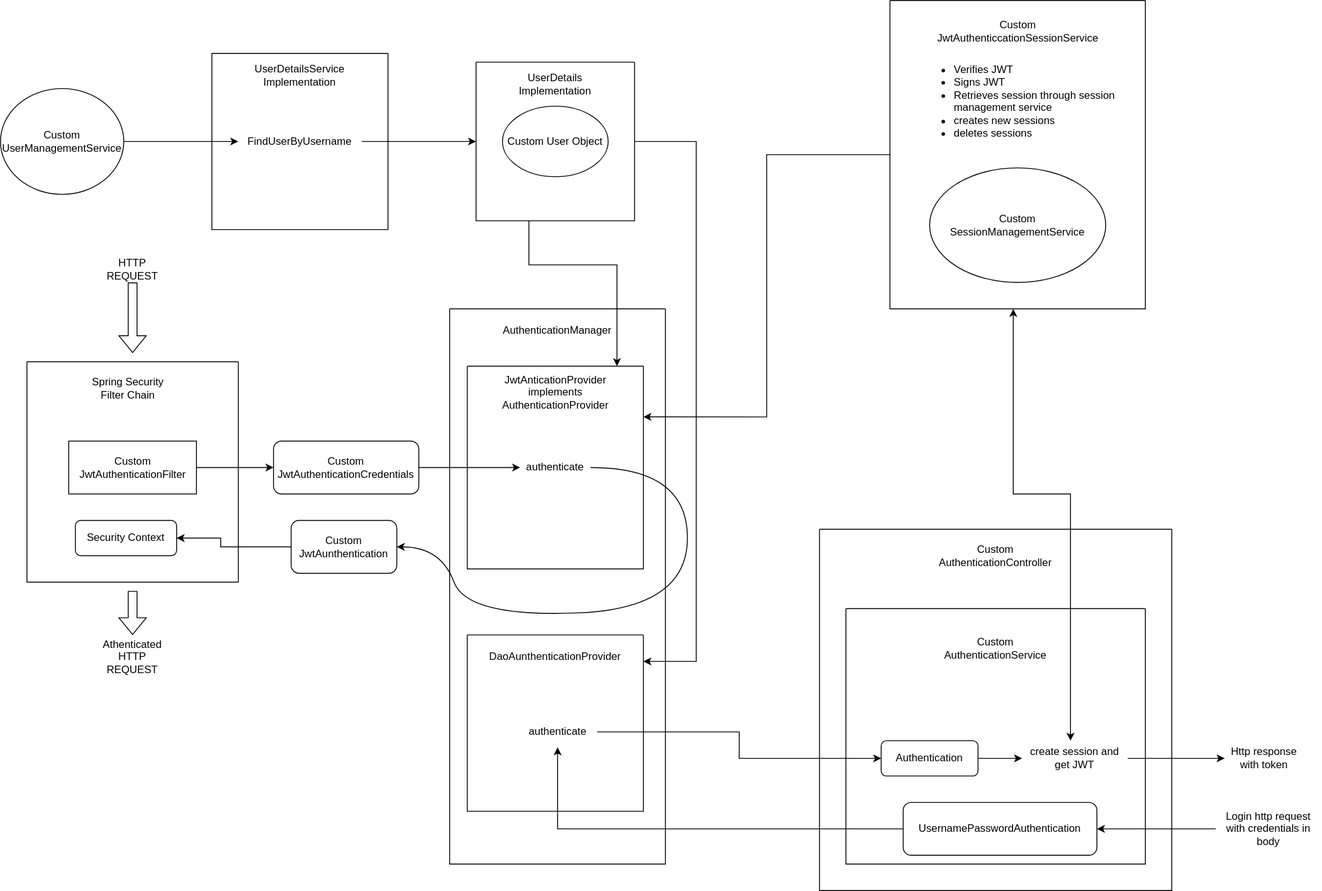
The draw.io diagram docs/01.1-authentication-architecture.drawio.svg in pondem87/iot-hub, before a commit. Source tidied: cells renumbered, new cells last; positions are measured from the earlier drawing's top-left corner, leaving out a move shared by most shapes. Its diagram source:
```xml
<mxGraphModel>
  <root>
    <mxCell id="0" />
    <mxCell id="1" parent="0" />
    <mxCell id="2" style="swimlane;startSize=0;" parent="1" vertex="1">
      <mxGeometry x="240" y="60" width="200" height="200" as="geometry" />
    </mxCell>
    <mxCell id="3" value="UserDetailsService&lt;br&gt;Implementation" style="text;html=1;strokeColor=none;fillColor=none;align=center;verticalAlign=middle;whiteSpace=wrap;rounded=0;" parent="2" vertex="1">
      <mxGeometry x="45" y="10" width="110" height="30" as="geometry" />
    </mxCell>
    <mxCell id="4" value="FindUserByUsername" style="text;html=1;strokeColor=none;fillColor=none;align=center;verticalAlign=middle;whiteSpace=wrap;rounded=0;" parent="2" vertex="1">
      <mxGeometry x="30" y="80" width="140" height="40" as="geometry" />
    </mxCell>
    <mxCell id="5" style="edgeStyle=orthogonalEdgeStyle;rounded=0;jettySize=auto;html=1;" parent="1" edge="1" source="6" target="4">
      <mxGeometry relative="1" as="geometry" />
    </mxCell>
    <mxCell id="6" value="Custom&lt;br&gt;UserManagementService" style="ellipse;whiteSpace=wrap;html=1;" parent="1" vertex="1">
      <mxGeometry y="100" width="140" height="120" as="geometry" />
    </mxCell>
    <mxCell id="7" style="swimlane;startSize=0;" parent="1" vertex="1">
      <mxGeometry x="540" y="70" width="180" height="180" as="geometry" />
    </mxCell>
    <mxCell id="8" value="UserDetails&lt;br&gt;Implementation" style="text;html=1;strokeColor=none;fillColor=none;align=center;verticalAlign=middle;whiteSpace=wrap;rounded=0;" parent="7" vertex="1">
      <mxGeometry x="45" y="10" width="90" height="30" as="geometry" />
    </mxCell>
    <mxCell id="9" value="Custom User Object" style="ellipse;whiteSpace=wrap;html=1;" parent="7" vertex="1">
      <mxGeometry x="30" y="50" width="120" height="80" as="geometry" />
    </mxCell>
    <mxCell id="10" style="edgeStyle=orthogonalEdgeStyle;rounded=0;jettySize=auto;html=1;entryX=0;entryY=0.5;entryDx=0;entryDy=0;" parent="1" edge="1" source="4" target="7">
      <mxGeometry relative="1" as="geometry" />
    </mxCell>
    <mxCell id="11" style="swimlane;startSize=0;" parent="1" vertex="1">
      <mxGeometry x="30" y="410" width="240" height="250" as="geometry" />
    </mxCell>
    <mxCell id="12" value="Spring Security Filter Chain" style="text;html=1;strokeColor=none;fillColor=none;align=center;verticalAlign=middle;whiteSpace=wrap;rounded=0;" parent="11" vertex="1">
      <mxGeometry x="70" y="10" width="90" height="40" as="geometry" />
    </mxCell>
    <mxCell id="13" value="Custom JwtAuthenticationFilter" style="rounded=0;whiteSpace=wrap;html=1;" parent="11" vertex="1">
      <mxGeometry x="47.5" y="90" width="145" height="60" as="geometry" />
    </mxCell>
    <mxCell id="14" value="Security Context" style="rounded=1;whiteSpace=wrap;html=1;" parent="11" vertex="1">
      <mxGeometry x="55" y="180" width="115" height="40" as="geometry" />
    </mxCell>
    <mxCell id="15" style="edgeStyle=orthogonalEdgeStyle;rounded=0;jettySize=auto;html=1;entryX=0;entryY=0.5;entryDx=0;entryDy=0;" parent="1" edge="1" source="16" target="20">
      <mxGeometry relative="1" as="geometry" />
    </mxCell>
    <mxCell id="16" value="Custom&lt;br&gt;JwtAuthenticationCredentials" style="rounded=1;whiteSpace=wrap;html=1;" parent="1" vertex="1">
      <mxGeometry x="310" y="500" width="165" height="60" as="geometry" />
    </mxCell>
    <mxCell id="17" style="edgeStyle=orthogonalEdgeStyle;rounded=0;jettySize=auto;html=1;entryX=0;entryY=0.5;entryDx=0;entryDy=0;" parent="1" edge="1" source="13" target="16">
      <mxGeometry relative="1" as="geometry" />
    </mxCell>
    <mxCell id="18" style="swimlane;startSize=0;" parent="1" vertex="1">
      <mxGeometry x="530" y="415" width="200" height="230" as="geometry" />
    </mxCell>
    <mxCell id="19" value="JwtAnticationProvider&lt;br&gt;implements&lt;br&gt;AuthenticationProvider" style="text;html=1;align=center;verticalAlign=middle;strokeColor=none;fillColor=none;" parent="18" vertex="1">
      <mxGeometry x="30" width="140" height="60" as="geometry" />
    </mxCell>
    <mxCell id="20" value="authenticate" style="text;html=1;strokeColor=none;fillColor=none;align=center;verticalAlign=middle;whiteSpace=wrap;rounded=0;" parent="18" vertex="1">
      <mxGeometry x="60" y="102.5" width="80" height="25" as="geometry" />
    </mxCell>
    <mxCell id="21" style="shape=flexArrow;endArrow=classic;html=1;rounded=0;" parent="1" edge="1">
      <mxGeometry relative="1" as="geometry">
        <mxPoint x="150" y="320" as="sourcePoint" />
        <mxPoint x="150" y="400" as="targetPoint" />
      </mxGeometry>
    </mxCell>
    <mxCell id="22" value="HTTP REQUEST" style="text;html=1;strokeColor=none;fillColor=none;align=center;verticalAlign=middle;whiteSpace=wrap;rounded=0;" parent="1" vertex="1">
      <mxGeometry x="120" y="290" width="60" height="30" as="geometry" />
    </mxCell>
    <mxCell id="23" style="edgeStyle=orthogonalEdgeStyle;rounded=0;jettySize=auto;html=1;" parent="1" edge="1" source="24" target="14">
      <mxGeometry relative="1" as="geometry">
        <Array as="points">
          <mxPoint x="250" y="620" />
          <mxPoint x="250" y="610" />
        </Array>
      </mxGeometry>
    </mxCell>
    <mxCell id="24" value="Custom&lt;br&gt;JwtAunthentication" style="rounded=1;whiteSpace=wrap;html=1;" parent="1" vertex="1">
      <mxGeometry x="330" y="590" width="120" height="60" as="geometry" />
    </mxCell>
    <mxCell id="25" style="curved=1;endArrow=classic;html=1;rounded=0;entryX=1;entryY=0.5;entryDx=0;entryDy=0;exitX=1;exitY=0.5;exitDx=0;exitDy=0;" parent="1" edge="1" source="20" target="24">
      <mxGeometry relative="1" as="geometry">
        <Array as="points">
          <mxPoint x="780" y="530" />
          <mxPoint x="780" y="690" />
          <mxPoint x="530" y="700" />
          <mxPoint x="500" y="620" />
        </Array>
      </mxGeometry>
    </mxCell>
    <mxCell id="26" style="shape=flexArrow;endArrow=classic;html=1;rounded=0;" parent="1" edge="1">
      <mxGeometry relative="1" as="geometry">
        <mxPoint x="150" y="670" as="sourcePoint" />
        <mxPoint x="150" y="720" as="targetPoint" />
      </mxGeometry>
    </mxCell>
    <mxCell id="27" value="Athenticated&lt;br&gt;HTTP REQUEST" style="text;html=1;strokeColor=none;fillColor=none;align=center;verticalAlign=middle;whiteSpace=wrap;rounded=0;" parent="1" vertex="1">
      <mxGeometry x="110" y="720" width="80" height="50" as="geometry" />
    </mxCell>
    <mxCell id="28" style="swimlane;startSize=0;" parent="1" vertex="1">
      <mxGeometry x="530" y="720" width="200" height="200" as="geometry" />
    </mxCell>
    <mxCell id="29" value="DaoAunthenticationProvider" style="text;html=1;strokeColor=none;fillColor=none;align=center;verticalAlign=middle;whiteSpace=wrap;rounded=0;" parent="28" vertex="1">
      <mxGeometry x="20" y="10" width="160" height="30" as="geometry" />
    </mxCell>
    <mxCell id="30" style="swimlane;startSize=0;" parent="1" vertex="1">
      <mxGeometry x="510" y="350" width="245" height="630" as="geometry" />
    </mxCell>
    <mxCell id="31" value="authenticate" style="text;html=1;strokeColor=none;fillColor=none;align=center;verticalAlign=middle;whiteSpace=wrap;rounded=0;" parent="30" vertex="1">
      <mxGeometry x="77.5" y="462.5" width="90" height="35" as="geometry" />
    </mxCell>
    <mxCell id="32" value="AuthenticationManager" style="text;html=1;strokeColor=none;fillColor=none;align=center;verticalAlign=middle;whiteSpace=wrap;rounded=0;" parent="30" vertex="1">
      <mxGeometry x="55" y="10" width="135" height="30" as="geometry" />
    </mxCell>
    <mxCell id="33" style="edgeStyle=orthogonalEdgeStyle;rounded=0;orthogonalLoop=1;jettySize=auto;html=1;" parent="30" edge="1">
      <mxGeometry relative="1" as="geometry">
        <mxPoint x="90" y="-100" as="sourcePoint" />
        <mxPoint x="190" y="65" as="targetPoint" />
        <Array as="points">
          <mxPoint x="89.9" y="-50" />
          <mxPoint x="189.9" y="-50" />
        </Array>
      </mxGeometry>
    </mxCell>
    <mxCell id="34" style="edgeStyle=orthogonalEdgeStyle;rounded=0;jettySize=auto;html=1;" parent="1" edge="1" source="46" target="31">
      <mxGeometry relative="1" as="geometry" />
    </mxCell>
    <mxCell id="35" style="edgeStyle=orthogonalEdgeStyle;rounded=0;jettySize=auto;html=1;entryX=1;entryY=0.5;entryDx=0;entryDy=0;" parent="1" edge="1" source="36" target="46">
      <mxGeometry relative="1" as="geometry" />
    </mxCell>
    <mxCell id="36" value="Login http request with credentials in body" style="text;html=1;strokeColor=none;fillColor=none;align=center;verticalAlign=middle;whiteSpace=wrap;rounded=0;" parent="1" vertex="1">
      <mxGeometry x="1380" y="907.5" width="120" height="65" as="geometry" />
    </mxCell>
    <mxCell id="37" style="edgeStyle=orthogonalEdgeStyle;rounded=0;jettySize=auto;html=1;entryX=1;entryY=0.25;entryDx=0;entryDy=0;" parent="1" edge="1" source="38" target="18">
      <mxGeometry relative="1" as="geometry" />
    </mxCell>
    <mxCell id="38" style="swimlane;startSize=0;" parent="1" vertex="1">
      <mxGeometry x="1010" width="290" height="350" as="geometry" />
    </mxCell>
    <mxCell id="39" value="Custom&lt;br&gt;JwtAuthenticcationSessionService" style="text;html=1;strokeColor=none;fillColor=none;align=center;verticalAlign=middle;whiteSpace=wrap;rounded=0;" parent="38" vertex="1">
      <mxGeometry x="47.5" y="10" width="195" height="50" as="geometry" />
    </mxCell>
    <mxCell id="40" value="Custom&lt;br&gt;SessionManagementService" style="ellipse;whiteSpace=wrap;html=1;" parent="38" vertex="1">
      <mxGeometry x="45" y="190" width="200" height="130" as="geometry" />
    </mxCell>
    <mxCell id="41" value="&lt;ul&gt;&lt;li&gt;Verifies JWT&lt;/li&gt;&lt;li&gt;Signs JWT&lt;/li&gt;&lt;li&gt;Retrieves session through session management service&lt;/li&gt;&lt;li&gt;creates new sessions&lt;/li&gt;&lt;li&gt;deletes sessions&lt;/li&gt;&lt;/ul&gt;&lt;p&gt;&lt;/p&gt;" style="text;html=1;strokeColor=none;fillColor=none;spacing=5;spacingTop=-20;whiteSpace=wrap;overflow=hidden;rounded=0;" parent="38" vertex="1">
      <mxGeometry x="27.5" y="70" width="235" height="120" as="geometry" />
    </mxCell>
    <mxCell id="42" style="swimlane;startSize=0;" parent="1" vertex="1">
      <mxGeometry x="960" y="690" width="340" height="290" as="geometry" />
    </mxCell>
    <mxCell id="43" style="edgeStyle=orthogonalEdgeStyle;rounded=0;jettySize=auto;html=1;entryX=1;entryY=0.5;entryDx=0;entryDy=0;exitX=1;exitY=0.5;exitDx=0;exitDy=0;" parent="1" edge="1" source="7">
      <mxGeometry relative="1" as="geometry">
        <mxPoint x="730" y="750" as="targetPoint" />
        <Array as="points">
          <mxPoint x="790" y="160" />
          <mxPoint x="790" y="750" />
        </Array>
      </mxGeometry>
    </mxCell>
    <mxCell id="44" style="swimlane;startSize=0;" parent="1" vertex="1">
      <mxGeometry x="930" y="600" width="400" height="410" as="geometry" />
    </mxCell>
    <mxCell id="45" value="create session and get JWT" style="text;html=1;strokeColor=none;fillColor=none;align=center;verticalAlign=middle;whiteSpace=wrap;rounded=0;" parent="44" vertex="1">
      <mxGeometry x="230" y="240" width="120" height="40" as="geometry" />
    </mxCell>
    <mxCell id="46" value="UsernamePasswordAuthentication" style="rounded=1;whiteSpace=wrap;html=1;" parent="44" vertex="1">
      <mxGeometry x="95" y="310" width="220" height="60" as="geometry" />
    </mxCell>
    <mxCell id="47" style="edgeStyle=orthogonalEdgeStyle;rounded=0;jettySize=auto;html=1;" parent="44" edge="1" source="48" target="45">
      <mxGeometry relative="1" as="geometry" />
    </mxCell>
    <mxCell id="48" value="Authentication" style="rounded=1;whiteSpace=wrap;html=1;" parent="44" vertex="1">
      <mxGeometry x="70" y="240" width="110" height="40" as="geometry" />
    </mxCell>
    <mxCell id="49" value="Custom&lt;br&gt;AuthenticationService" style="text;html=1;strokeColor=none;fillColor=none;align=center;verticalAlign=middle;whiteSpace=wrap;rounded=0;" parent="44" vertex="1">
      <mxGeometry x="140" y="110" width="120" height="50" as="geometry" />
    </mxCell>
    <mxCell id="50" value="Custom&lt;br&gt;AuthenticationController" style="text;strokeColor=none;fillColor=none;align=center;verticalAlign=middle;spacingLeft=4;spacingRight=4;overflow=hidden;whiteSpace=wrap;html=1;" parent="44" vertex="1">
      <mxGeometry x="130" y="10" width="140" height="40" as="geometry" />
    </mxCell>
    <mxCell id="51" style="edgeStyle=orthogonalEdgeStyle;rounded=0;jettySize=auto;html=1;entryX=0;entryY=0.5;entryDx=0;entryDy=0;" parent="1" edge="1" source="31" target="48">
      <mxGeometry relative="1" as="geometry" />
    </mxCell>
    <mxCell id="52" style="endArrow=classic;startArrow=classic;html=1;rounded=0;entryX=0.5;entryY=1;entryDx=0;entryDy=0;exitX=0.5;exitY=0;exitDx=0;exitDy=0;" parent="1" edge="1">
      <mxGeometry relative="1" as="geometry">
        <mxPoint x="1215" y="840" as="sourcePoint" />
        <mxPoint x="1150" y="350" as="targetPoint" />
        <Array as="points">
          <mxPoint x="1215" y="560" />
          <mxPoint x="1150" y="560" />
        </Array>
      </mxGeometry>
    </mxCell>
    <mxCell id="53" value="Http response with token" style="text;html=1;strokeColor=none;fillColor=none;align=center;verticalAlign=middle;whiteSpace=wrap;rounded=0;" parent="1" vertex="1">
      <mxGeometry x="1390" y="840" width="90" height="40" as="geometry" />
    </mxCell>
    <mxCell id="54" style="edgeStyle=orthogonalEdgeStyle;rounded=0;jettySize=auto;html=1;" parent="1" edge="1" source="45" target="53">
      <mxGeometry relative="1" as="geometry" />
    </mxCell>
  </root>
</mxGraphModel>
```
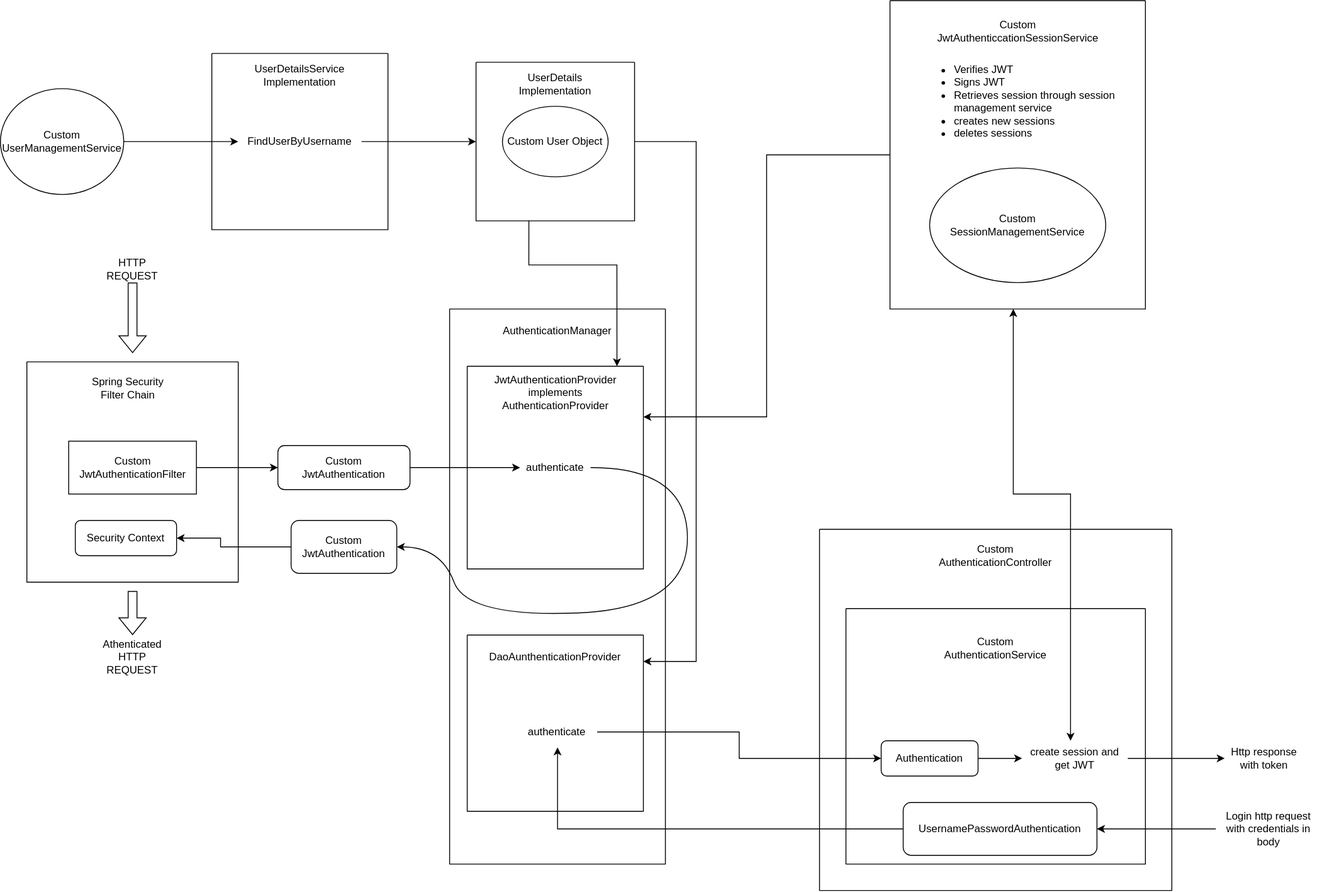
The same diagram one commit later.

What changed in the source:
```diff
@@ -44,8 +44,8 @@
     <mxCell id="15" style="edgeStyle=orthogonalEdgeStyle;rounded=0;jettySize=auto;html=1;entryX=0;entryY=0.5;entryDx=0;entryDy=0;" parent="1" edge="1" source="16" target="20">
       <mxGeometry relative="1" as="geometry" />
     </mxCell>
-    <mxCell id="16" value="Custom&lt;br&gt;JwtAuthenticationCredentials" style="rounded=1;whiteSpace=wrap;html=1;" parent="1" vertex="1">
-      <mxGeometry x="310" y="500" width="165" height="60" as="geometry" />
+    <mxCell id="16" value="Custom&lt;br&gt;JwtAuthentication" style="rounded=1;whiteSpace=wrap;html=1;" parent="1" vertex="1">
+      <mxGeometry x="315" y="505" width="150" height="50" as="geometry" />
     </mxCell>
     <mxCell id="17" style="edgeStyle=orthogonalEdgeStyle;rounded=0;jettySize=auto;html=1;entryX=0;entryY=0.5;entryDx=0;entryDy=0;" parent="1" edge="1" source="13" target="16">
       <mxGeometry relative="1" as="geometry" />
@@ -53,8 +53,8 @@
     <mxCell id="18" style="swimlane;startSize=0;" parent="1" vertex="1">
       <mxGeometry x="530" y="415" width="200" height="230" as="geometry" />
     </mxCell>
-    <mxCell id="19" value="JwtAnticationProvider&lt;br&gt;implements&lt;br&gt;AuthenticationProvider" style="text;html=1;align=center;verticalAlign=middle;strokeColor=none;fillColor=none;" parent="18" vertex="1">
-      <mxGeometry x="30" width="140" height="60" as="geometry" />
+    <mxCell id="19" value="JwtAuthenticationProvider&lt;br&gt;implements&lt;br&gt;AuthenticationProvider" style="text;html=1;align=center;verticalAlign=middle;strokeColor=none;fillColor=none;" parent="18" vertex="1">
+      <mxGeometry x="20" width="160" height="60" as="geometry" />
     </mxCell>
     <mxCell id="20" value="authenticate" style="text;html=1;strokeColor=none;fillColor=none;align=center;verticalAlign=middle;whiteSpace=wrap;rounded=0;" parent="18" vertex="1">
       <mxGeometry x="60" y="102.5" width="80" height="25" as="geometry" />
@@ -76,7 +76,7 @@
         </Array>
       </mxGeometry>
     </mxCell>
-    <mxCell id="24" value="Custom&lt;br&gt;JwtAunthentication" style="rounded=1;whiteSpace=wrap;html=1;" parent="1" vertex="1">
+    <mxCell id="24" value="Custom&lt;br&gt;JwtAuthentication" style="rounded=1;whiteSpace=wrap;html=1;" parent="1" vertex="1">
       <mxGeometry x="330" y="590" width="120" height="60" as="geometry" />
     </mxCell>
     <mxCell id="25" style="curved=1;endArrow=classic;html=1;rounded=0;entryX=1;entryY=0.5;entryDx=0;entryDy=0;exitX=1;exitY=0.5;exitDx=0;exitDy=0;" parent="1" edge="1" source="20" target="24">
```
